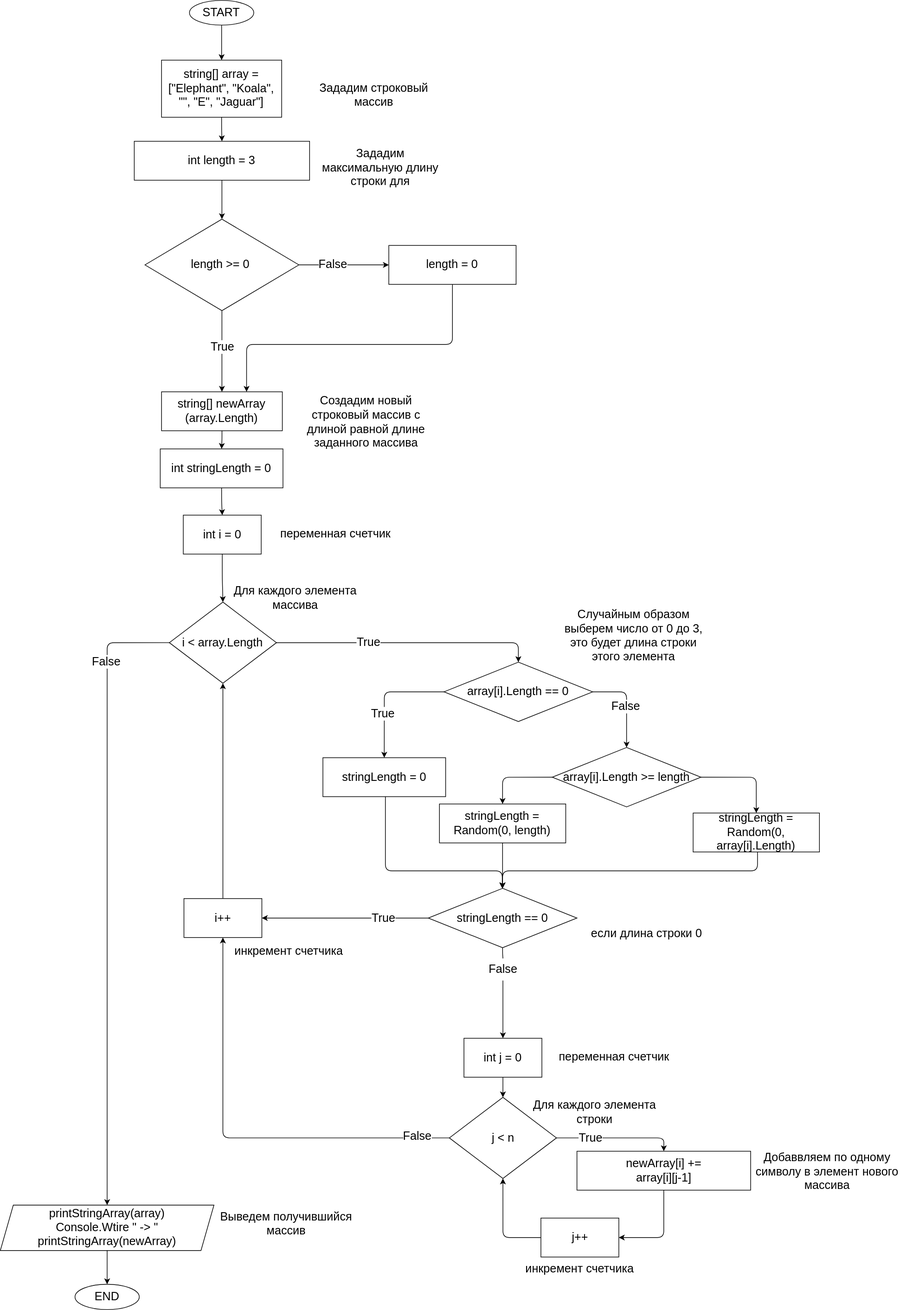
Before: task_diagram.drawio.svg, a diagram exported from draw.io (kraftonius/gb_quarter1). Source tidied: cells renumbered, new cells last; positions are measured from the earlier drawing's top-left corner, leaving out a move shared by most shapes.
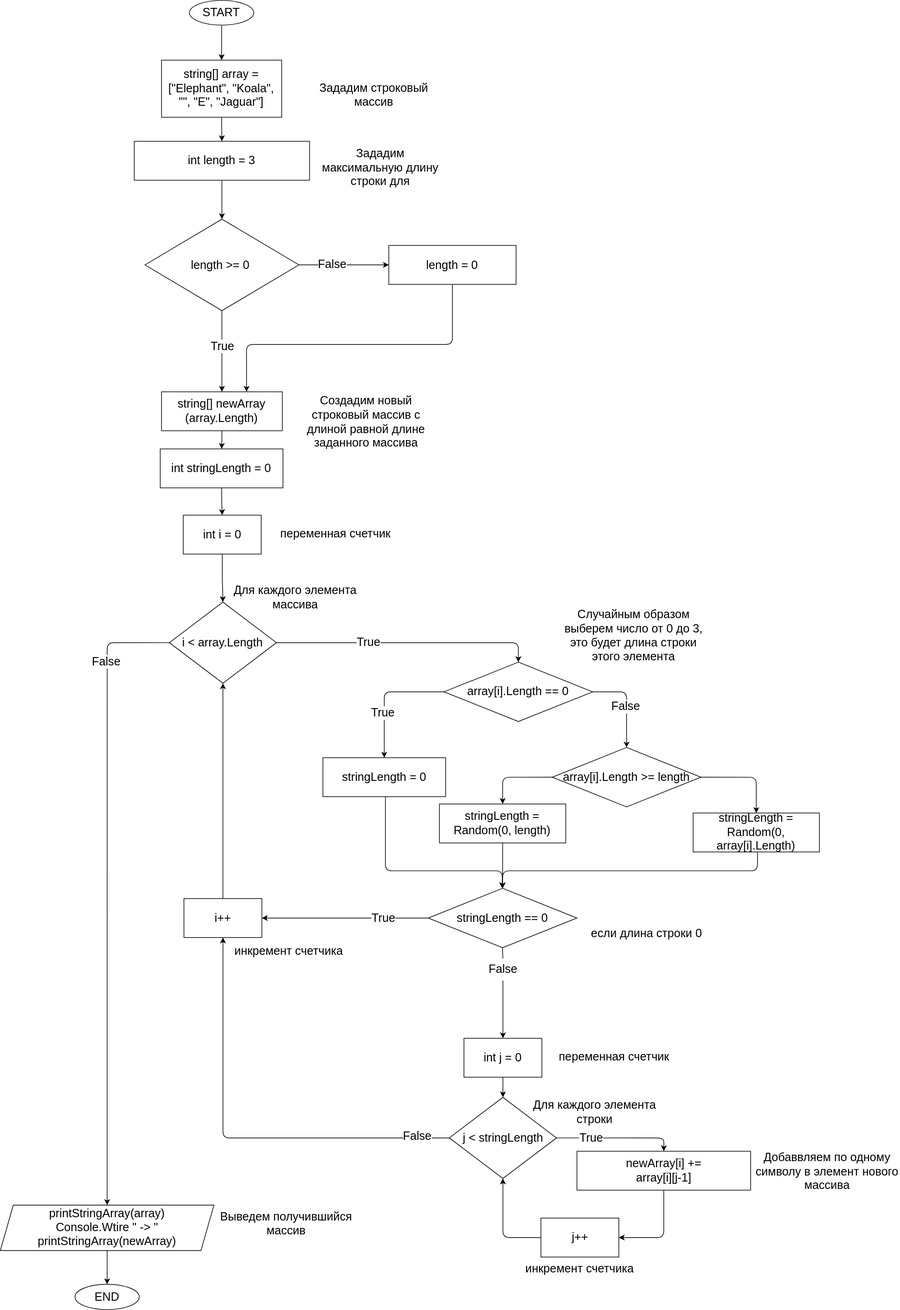
The same diagram one commit later.

Commit message:
fix task_diagram

Change to the diagram source:
```diff
@@ -63,7 +63,7 @@
         <mxPoint x="200" y="-4" as="offset" />
       </mxGeometry>
     </mxCell>
-    <mxCell id="21" value="j &amp;lt; n" style="rhombus;whiteSpace=wrap;html=1;fontSize=18;" parent="1" vertex="1">
+    <mxCell id="21" value="j &amp;lt; stringLength&amp;nbsp;" style="rhombus;whiteSpace=wrap;html=1;fontSize=18;" parent="1" vertex="1">
       <mxGeometry x="691.5" y="1690" width="165" height="125" as="geometry" />
     </mxCell>
     <mxCell id="22" value="Случайным образом выберем число от 0 до 3,&lt;br&gt;это будет длина строки этого элемента" style="text;html=1;strokeColor=none;fillColor=none;align=center;verticalAlign=middle;whiteSpace=wrap;rounded=0;fontSize=18;" parent="1" vertex="1">
```
